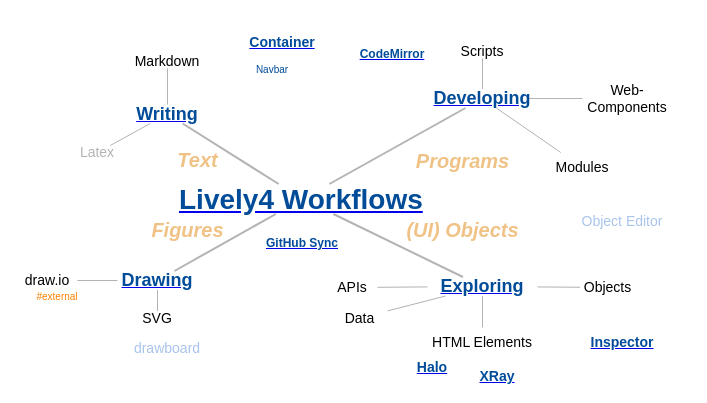
Above: doc/figures/workflows.drawio in LivelyKernel/lively4-core (draw.io), before the change. Source tidied: cells renumbered, new cells numbered last; positions are measured from the earlier drawing's top-left corner, leaving out a move shared by most shapes. Both pictures are drawn from the tidied source at 100%, with x=0, y=0 at pixel (17, 32).
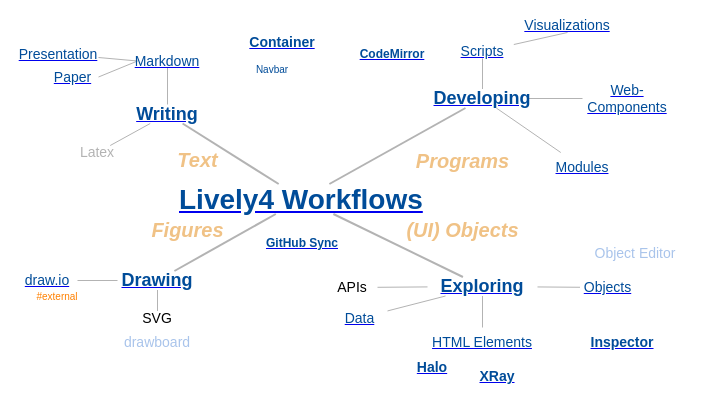
The same page after the edit.

What changed in the source:
```diff
@@
-    <mxCell id="7" value="Objects" style="text;html=1;strokeColor=none;fillColor=none;align=center;verticalAlign=middle;whiteSpace=wrap;rounded=0;fontSize=14;" parent="1" vertex="1">
+    <mxCell id="7" value="&lt;a href=&quot;../workflows/objects.md&quot;&gt;&lt;font color=&quot;#004c99&quot;&gt;Objects&lt;/font&gt;&lt;/a&gt;" style="text;html=1;strokeColor=none;fillColor=none;align=center;verticalAlign=middle;whiteSpace=wrap;rounded=0;fontSize=14;" parent="1" vertex="1">
       <mxGeometry x="562.5" y="245.5" width="55" height="19" as="geometry" />
     </mxCell>
@@
-    <mxCell id="16" value="draw.io" style="text;html=1;strokeColor=none;fillColor=none;align=center;verticalAlign=middle;whiteSpace=wrap;rounded=0;fontSize=14;" parent="1" vertex="1">
+    <mxCell id="16" value="&lt;a href=&quot;../workflows/drawio.md&quot;&gt;&lt;font color=&quot;#004c99&quot;&gt;draw.io&lt;/font&gt;&lt;/a&gt;" style="text;html=1;strokeColor=none;fillColor=none;align=center;verticalAlign=middle;whiteSpace=wrap;rounded=0;fontSize=14;" parent="1" vertex="1">
       <mxGeometry y="241" width="60" height="14" as="geometry" />
     </mxCell>
@@
+    <mxCell id="47" style="edgeStyle=none;jettySize=auto;html=1;endArrow=none;strokeColor=#B3B3B3;strokeWidth=1;fontSize=18;fontColor=#808080;exitX=0;exitY=0.5;exitDx=0;exitDy=0;entryX=0.5;entryY=0;entryDx=0;entryDy=0;" parent="1" edge="1" source="19" target="51">
+      <mxGeometry relative="1" as="geometry" />
+    </mxCell>
+    <mxCell id="48" style="edgeStyle=none;jettySize=auto;html=1;endArrow=none;strokeColor=#B3B3B3;strokeWidth=1;fontSize=18;fontColor=#808080;exitX=0;exitY=0.5;exitDx=0;exitDy=0;entryX=1;entryY=0.75;entryDx=0;entryDy=0;" parent="1" edge="1" source="19" target="50">
+      <mxGeometry relative="1" as="geometry" />
+    </mxCell>
-    <mxCell id="19" value="Markdown" style="text;html=1;strokeColor=none;fillColor=none;align=center;verticalAlign=middle;whiteSpace=wrap;rounded=0;fontSize=14;" parent="1" vertex="1">
-      <mxGeometry x="110" y="22" width="80" height="14" as="geometry" />
+    <mxCell id="19" value="&lt;a href=&quot;../workflows/markdown.md&quot;&gt;&lt;font color=&quot;#004c99&quot;&gt;Markdown&lt;/font&gt;&lt;/a&gt;" style="text;html=1;strokeColor=none;fillColor=none;align=center;verticalAlign=middle;whiteSpace=wrap;rounded=0;fontSize=14;" parent="1" vertex="1">
+      <mxGeometry x="120" y="21.5" width="60" height="14" as="geometry" />
     </mxCell>
@@
     <mxCell id="23" value="&lt;font color=&quot;#a9c4eb&quot;&gt;drawboard&lt;/font&gt;" style="text;html=1;strokeColor=none;fillColor=none;align=center;verticalAlign=middle;whiteSpace=wrap;rounded=0;fontSize=14;fontColor=#004C99;fontStyle=0;strokeOpacity=80;fillOpacity=80;" parent="1" vertex="1">
-      <mxGeometry x="110" y="308.5" width="80" height="14" as="geometry" />
+      <mxGeometry x="100" y="303" width="80" height="14" as="geometry" />
     </mxCell>
-    <mxCell id="24" value="Web-Components" style="text;html=1;strokeColor=none;fillColor=none;align=center;verticalAlign=middle;whiteSpace=wrap;rounded=0;fontSize=14;" parent="1" vertex="1">
+    <mxCell id="24" value="&lt;a href=&quot;../workflows/web-components.md&quot;&gt;&lt;font color=&quot;#004c99&quot;&gt;Web-Components&lt;/font&gt;&lt;/a&gt;" style="text;html=1;strokeColor=none;fillColor=none;align=center;verticalAlign=middle;whiteSpace=wrap;rounded=0;fontSize=14;" parent="1" vertex="1">
       <mxGeometry x="565" y="51" width="90" height="30" as="geometry" />
     </mxCell>
@@
+    <mxCell id="49" style="edgeStyle=none;jettySize=auto;html=1;entryX=0.5;entryY=1;entryDx=0;entryDy=0;endArrow=none;strokeColor=#B3B3B3;strokeWidth=1;fontSize=18;fontColor=#808080;" parent="1" edge="1" source="26" target="52">
+      <mxGeometry relative="1" as="geometry" />
+    </mxCell>
-    <mxCell id="26" value="Scripts" style="text;html=1;strokeColor=none;fillColor=none;align=center;verticalAlign=middle;whiteSpace=wrap;rounded=0;fontSize=14;" parent="1" vertex="1">
+    <mxCell id="26" value="&lt;a href=&quot;../workflows/scripts.md&quot;&gt;&lt;font color=&quot;#004c99&quot;&gt;Scripts&lt;/font&gt;&lt;/a&gt;" style="text;html=1;strokeColor=none;fillColor=none;align=center;verticalAlign=middle;whiteSpace=wrap;rounded=0;fontSize=14;" parent="1" vertex="1">
       <mxGeometry x="425" y="12" width="80" height="14" as="geometry" />
     </mxCell>
-    <mxCell id="27" value="Modules" style="text;html=1;strokeColor=none;fillColor=none;align=center;verticalAlign=middle;whiteSpace=wrap;rounded=0;fontSize=14;" parent="1" vertex="1">
+    <mxCell id="27" value="&lt;a href=&quot;../workflows/modules.md&quot;&gt;&lt;font color=&quot;#004c99&quot;&gt;Modules&lt;/font&gt;&lt;/a&gt;" style="text;html=1;strokeColor=none;fillColor=none;align=center;verticalAlign=middle;whiteSpace=wrap;rounded=0;fontSize=14;" parent="1" vertex="1">
       <mxGeometry x="520" y="120" width="90" height="30" as="geometry" />
     </mxCell>
@@
-    <mxCell id="39" value="HTML Elements" style="text;html=1;strokeColor=none;fillColor=none;align=center;verticalAlign=middle;whiteSpace=wrap;rounded=0;fontSize=14;" parent="1" vertex="1">
+    <mxCell id="39" value="&lt;a href=&quot;../workflows/html-elements.md&quot;&gt;&lt;font color=&quot;#004c99&quot;&gt;HTML Elements&lt;/font&gt;&lt;/a&gt;" style="text;html=1;strokeColor=none;fillColor=none;align=center;verticalAlign=middle;whiteSpace=wrap;rounded=0;fontSize=14;" parent="1" vertex="1">
       <mxGeometry x="400" y="295" width="130" height="30" as="geometry" />
     </mxCell>
@@
     <mxCell id="43" value="&lt;font color=&quot;#a9c4eb&quot;&gt;Object Editor&lt;/font&gt;" style="text;html=1;strokeColor=none;fillColor=none;align=center;verticalAlign=middle;whiteSpace=wrap;rounded=0;fontSize=14;fontColor=#004C99;fontStyle=0;strokeOpacity=80;fillOpacity=80;" parent="1" vertex="1">
-      <mxGeometry x="550" y="182" width="110" height="14" as="geometry" />
+      <mxGeometry x="562.5" y="213.5" width="110" height="14" as="geometry" />
     </mxCell>
@@
-    <mxCell id="46" value="Data" style="text;html=1;strokeColor=none;fillColor=none;align=center;verticalAlign=middle;whiteSpace=wrap;rounded=0;fontSize=14;" parent="1" vertex="1">
+    <mxCell id="46" value="&lt;a href=&quot;../workflows/data.md&quot;&gt;&lt;font color=&quot;#004c99&quot;&gt;Data&lt;/font&gt;&lt;/a&gt;" style="text;html=1;strokeColor=none;fillColor=none;align=center;verticalAlign=middle;whiteSpace=wrap;rounded=0;fontSize=14;" parent="1" vertex="1">
       <mxGeometry x="315" y="276" width="55" height="19" as="geometry" />
     </mxCell>
+    <mxCell id="50" value="&lt;a href=&quot;../workflows/presentation.md&quot;&gt;&lt;font color=&quot;#004c99&quot;&gt;Presentation&lt;/font&gt;&lt;/a&gt;" style="text;html=1;strokeColor=none;fillColor=none;align=center;verticalAlign=middle;whiteSpace=wrap;rounded=0;fontSize=14;" parent="1" vertex="1">
+      <mxGeometry x="1" y="14.5" width="80" height="14" as="geometry" />
+    </mxCell>
+    <mxCell id="51" value="&lt;a href=&quot;../workflows/paper.md&quot;&gt;&lt;font color=&quot;#004c99&quot;&gt;Paper&lt;/font&gt;&lt;/a&gt;" style="text;html=1;strokeColor=none;fillColor=none;align=center;verticalAlign=middle;whiteSpace=wrap;rounded=0;fontSize=14;direction=south;" parent="1" vertex="1">
+      <mxGeometry x="30" y="37.5" width="51" height="14" as="geometry" />
+    </mxCell>
+    <mxCell id="52" value="&lt;a href=&quot;../workflows/visualizations.md&quot;&gt;&lt;font color=&quot;#004c99&quot;&gt;Visualizations&lt;/font&gt;&lt;/a&gt;" style="text;html=1;strokeColor=none;fillColor=none;align=center;verticalAlign=middle;whiteSpace=wrap;rounded=0;fontSize=14;" parent="1" vertex="1">
+      <mxGeometry x="510" y="-14" width="80" height="14" as="geometry" />
+    </mxCell>
```
